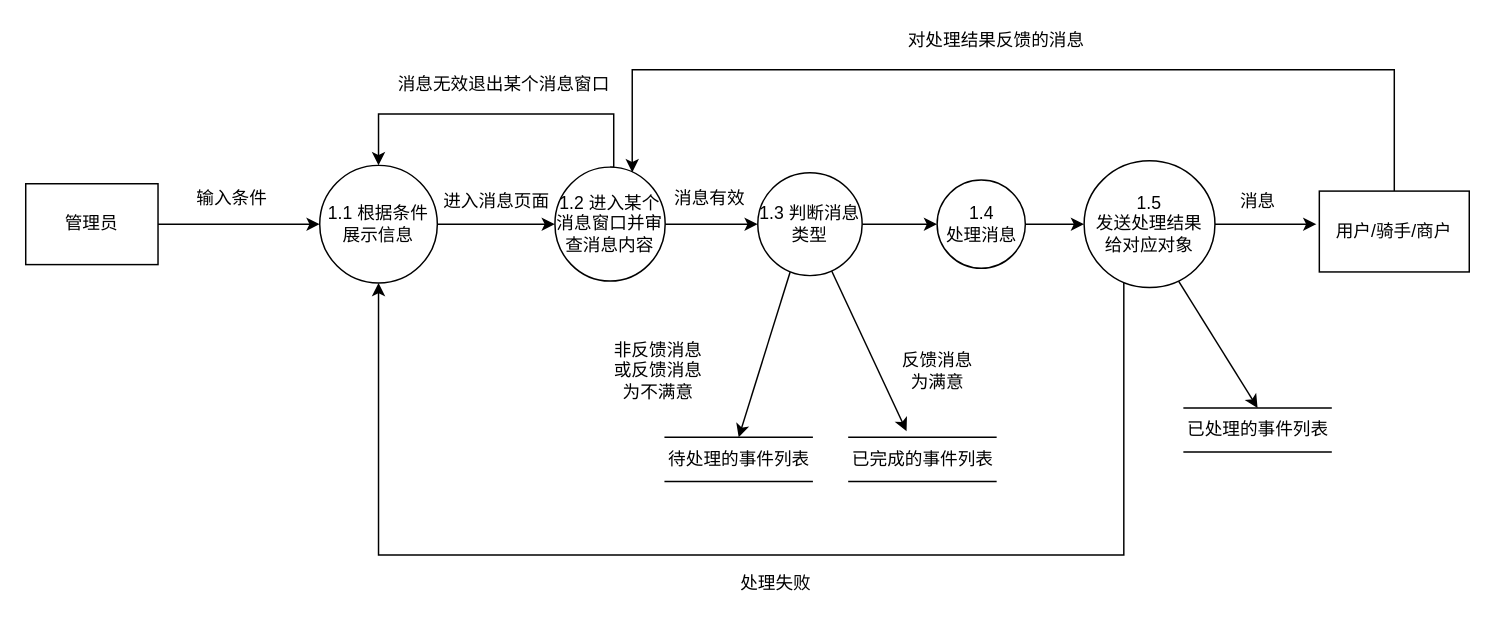
Before: page "1. 管理员子系统" (6 of 13) of Untitled Diagram.drawio in czely/czely.github.io, a draw.io diagram. Source tidied: cells renumbered, new cells numbered last; positions are measured from the earlier drawing's top-left corner, leaving out a move shared by most shapes. Both pictures are drawn from the tidied source at 147%, with x=0, y=0 at pixel (25, 25).
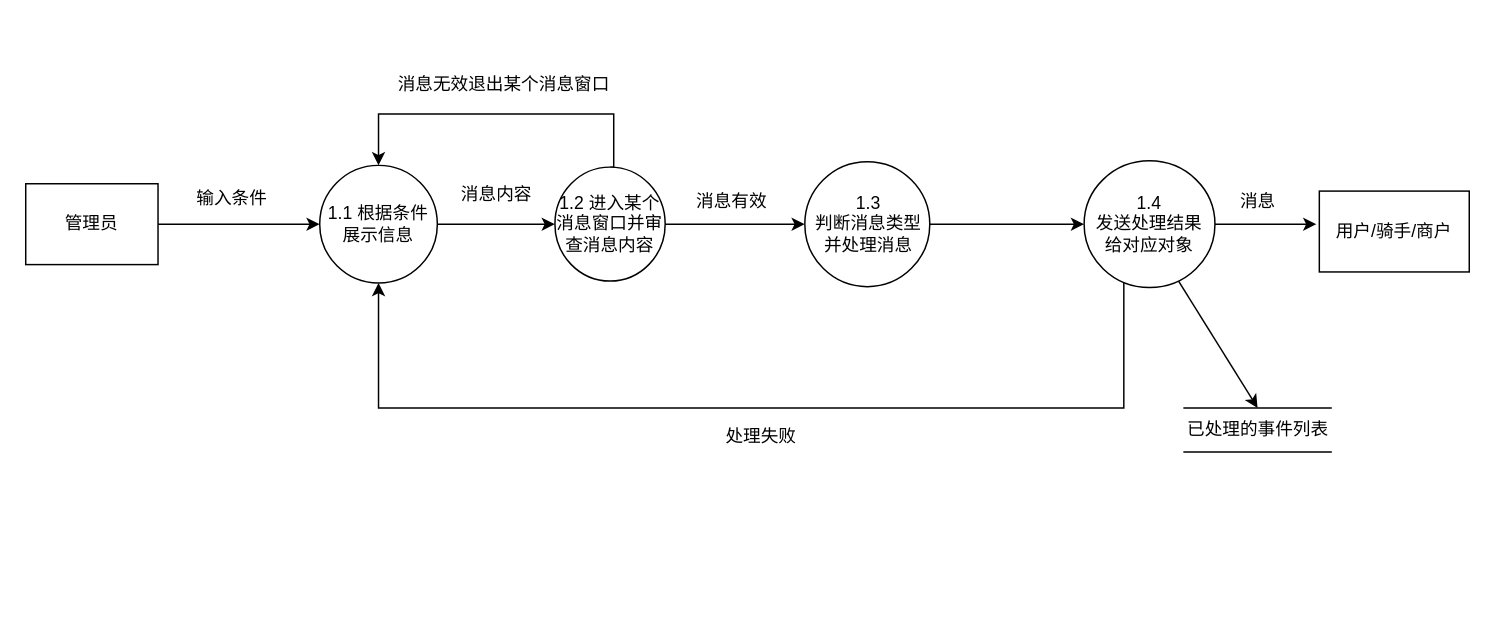
Above is the later version.

Unchanged cells that the change refers to:
```xml
<mxCell id="5" value="1.2 进入某个消息窗口并审查消息内容" style="ellipse;whiteSpace=wrap;html=1;" parent="1" vertex="1">
  <mxGeometry x="360" y="96.2" width="75" height="77.5" as="geometry" />
</mxCell>
<mxCell id="12" value="用户/骑手/商户" style="whiteSpace=wrap;html=1;" parent="1" vertex="1">
  <mxGeometry x="880" y="112.5" width="102" height="55" as="geometry" />
</mxCell>
<mxCell id="15" value="1.1 根据条件展示信息" style="ellipse;whiteSpace=wrap;html=1;" parent="1" vertex="1">
  <mxGeometry x="200" y="95" width="80" height="80" as="geometry" />
</mxCell>
```

Change to the diagram source:
```diff
@@
-    <mxCell id="4" style="edgeStyle=orthogonalEdgeStyle;rounded=0;jettySize=auto;html=1;" parent="1" edge="1" source="5" target="7">
+    <mxCell id="4" style="edgeStyle=orthogonalEdgeStyle;rounded=0;jettySize=auto;html=1;entryX=0;entryY=0.5;entryDx=0;entryDy=0;" parent="1" edge="1" source="5" target="28">
       <mxGeometry relative="1" as="geometry" />
     </mxCell>
@@
-    <mxCell id="6" style="edgeStyle=orthogonalEdgeStyle;rounded=0;jettySize=auto;html=1;" parent="1" edge="1" source="7" target="28">
-      <mxGeometry relative="1" as="geometry" />
-    </mxCell>
-    <mxCell id="7" value="1.3 判断消息类型" style="ellipse;whiteSpace=wrap;html=1;" parent="1" vertex="1">
-      <mxGeometry x="498" y="100" width="71" height="70" as="geometry" />
-    </mxCell>
@@
     <mxCell id="9" style="edgeStyle=orthogonalEdgeStyle;rounded=0;jettySize=auto;html=1;" parent="1" edge="1" source="10" target="15">
       <mxGeometry relative="1" as="geometry">
         <Array as="points">
-          <mxPoint x="747" y="360" />
-          <mxPoint x="240" y="360" />
+          <mxPoint x="747" y="260" />
+          <mxPoint x="240" y="260" />
         </Array>
       </mxGeometry>
     </mxCell>
-    <mxCell id="10" value="1.5&lt;br&gt;发送处理结果&lt;br&gt;给对应对象" style="ellipse;whiteSpace=wrap;html=1;" parent="1" vertex="1">
+    <mxCell id="10" value="1.4&lt;br&gt;发送处理结果&lt;br&gt;给对应对象" style="ellipse;whiteSpace=wrap;html=1;" parent="1" vertex="1">
       <mxGeometry x="720" y="91.9" width="89" height="86.2" as="geometry" />
     </mxCell>
-    <mxCell id="11" style="edgeStyle=orthogonalEdgeStyle;rounded=0;jettySize=auto;html=1;entryX=0.701;entryY=0.046;entryDx=0;entryDy=0;entryPerimeter=0;" parent="1" edge="1" source="12" target="5">
-      <mxGeometry relative="1" as="geometry">
-        <Array as="points">
-          <mxPoint x="931" y="30" />
-          <mxPoint x="413" y="30" />
-        </Array>
-      </mxGeometry>
-    </mxCell>
@@
-    <mxCell id="19" value="对处理结果反馈的消息" style="text;html=1;align=center;verticalAlign=middle;" parent="1" vertex="1">
-      <mxGeometry x="590" width="140" height="20" as="geometry" />
-    </mxCell>
-    <mxCell id="20" value="待处理的事件列表" style="html=1;dashed=0;whitespace=wrap;shape=partialRectangle;right=0;left=0;" parent="1" vertex="1">
-      <mxGeometry x="435" y="280" width="100" height="30" as="geometry" />
-    </mxCell>
@@
-    <mxCell id="22" value="已完成的事件列表" style="html=1;dashed=0;whitespace=wrap;shape=partialRectangle;right=0;left=0;" parent="1" vertex="1">
-      <mxGeometry x="560" y="280" width="100" height="30" as="geometry" />
-    </mxCell>
-    <mxCell id="23" value="非反馈消息&lt;br&gt;或反馈消息&lt;br&gt;为不满意" style="text;html=1;align=center;verticalAlign=middle;" parent="1" vertex="1">
-      <mxGeometry x="390" y="210" width="80" height="50" as="geometry" />
-    </mxCell>
-    <mxCell id="24" value="反馈消息&lt;br&gt;为满意" style="text;html=1;align=center;verticalAlign=middle;" parent="1" vertex="1">
-      <mxGeometry x="590" y="220" width="60" height="30" as="geometry" />
-    </mxCell>
@@
     <mxCell id="26" value="处理失败" style="text;html=1;align=center;verticalAlign=middle;" parent="1" vertex="1">
-      <mxGeometry x="480" y="370" width="60" height="20" as="geometry" />
+      <mxGeometry x="470" y="270" width="60" height="20" as="geometry" />
     </mxCell>
@@
-    <mxCell id="28" value="1.4&lt;br&gt;处理消息" style="shape=ellipse;html=1;dashed=0;whitespace=wrap;perimeter=ellipsePerimeter;" parent="1" vertex="1">
-      <mxGeometry x="620" y="105" width="60" height="60" as="geometry" />
+    <mxCell id="28" value="1.3 &lt;br&gt;判断消息类型&lt;br&gt;并处理消息" style="shape=ellipse;html=1;dashed=0;whitespace=wrap;perimeter=ellipsePerimeter;" parent="1" vertex="1">
+      <mxGeometry x="530" y="92.5" width="85" height="85" as="geometry" />
     </mxCell>
-    <mxCell id="29" style="edgeStyle=orthogonalEdgeStyle;rounded=0;orthogonalLoop=1;jettySize=auto;html=1;exitX=0.5;exitY=1;exitDx=0;exitDy=0;" parent="1" edge="1" source="22" target="22">
-      <mxGeometry relative="1" as="geometry" />
-    </mxCell>
     <mxCell id="30" value="消息有效" style="text;html=1;align=center;verticalAlign=middle;" parent="1" vertex="1">
-      <mxGeometry x="435" y="107.5" width="60" height="20" as="geometry" />
+      <mxGeometry x="450" y="110" width="60" height="20" as="geometry" />
     </mxCell>
-    <mxCell id="31" style="endArrow=classic;html=1;entryX=0.392;entryY=-0.137;entryDx=0;entryDy=0;entryPerimeter=0;" parent="1" edge="1" source="7" target="22">
-      <mxGeometry relative="1" as="geometry" />
-    </mxCell>
-    <mxCell id="32" style="endArrow=classic;html=1;exitX=0.31;exitY=0.964;exitDx=0;exitDy=0;exitPerimeter=0;entryX=0.5;entryY=0;entryDx=0;entryDy=0;" parent="1" edge="1" source="7" target="20">
-      <mxGeometry relative="1" as="geometry" />
-    </mxCell>
-    <mxCell id="33" value="进入消息页面" style="text;html=1;align=center;verticalAlign=middle;" parent="1" vertex="1">
-      <mxGeometry x="275" y="110" width="90" height="20" as="geometry" />
-    </mxCell>
+    <mxCell id="34" value="消息内容" style="text;html=1;align=center;verticalAlign=middle;" parent="1" vertex="1">
+      <mxGeometry x="290" y="105" width="60" height="20" as="geometry" />
+    </mxCell>
```
